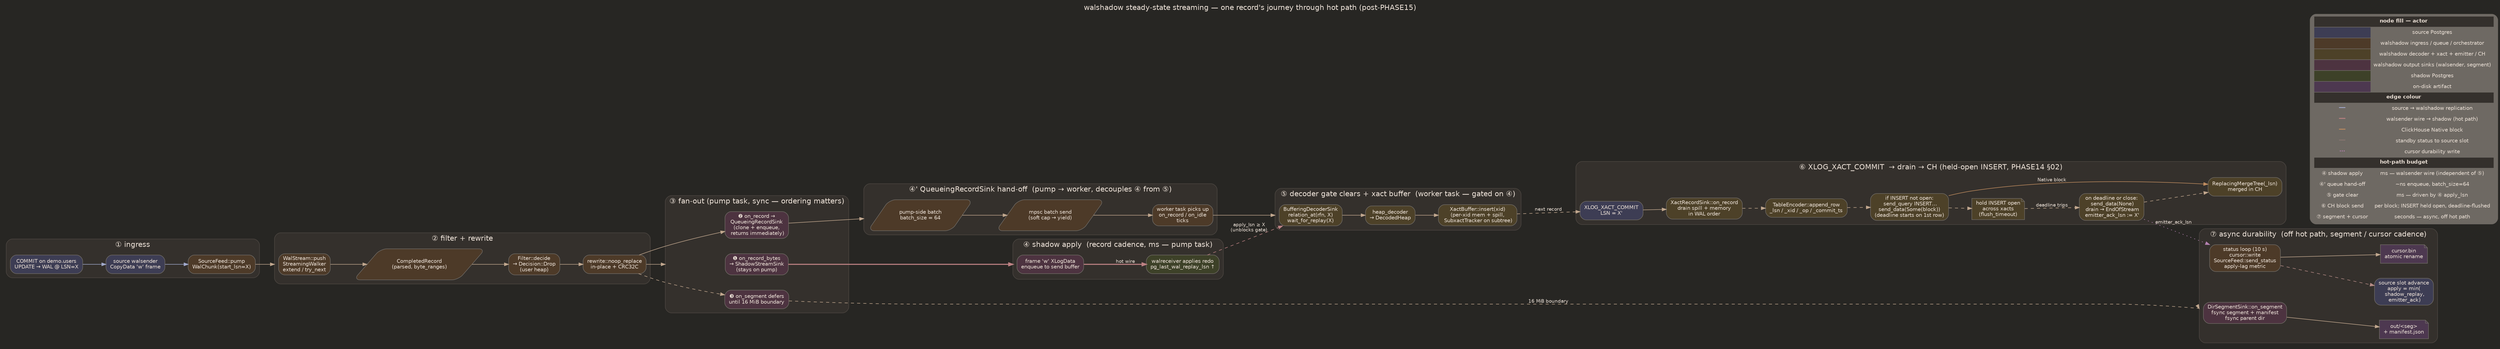
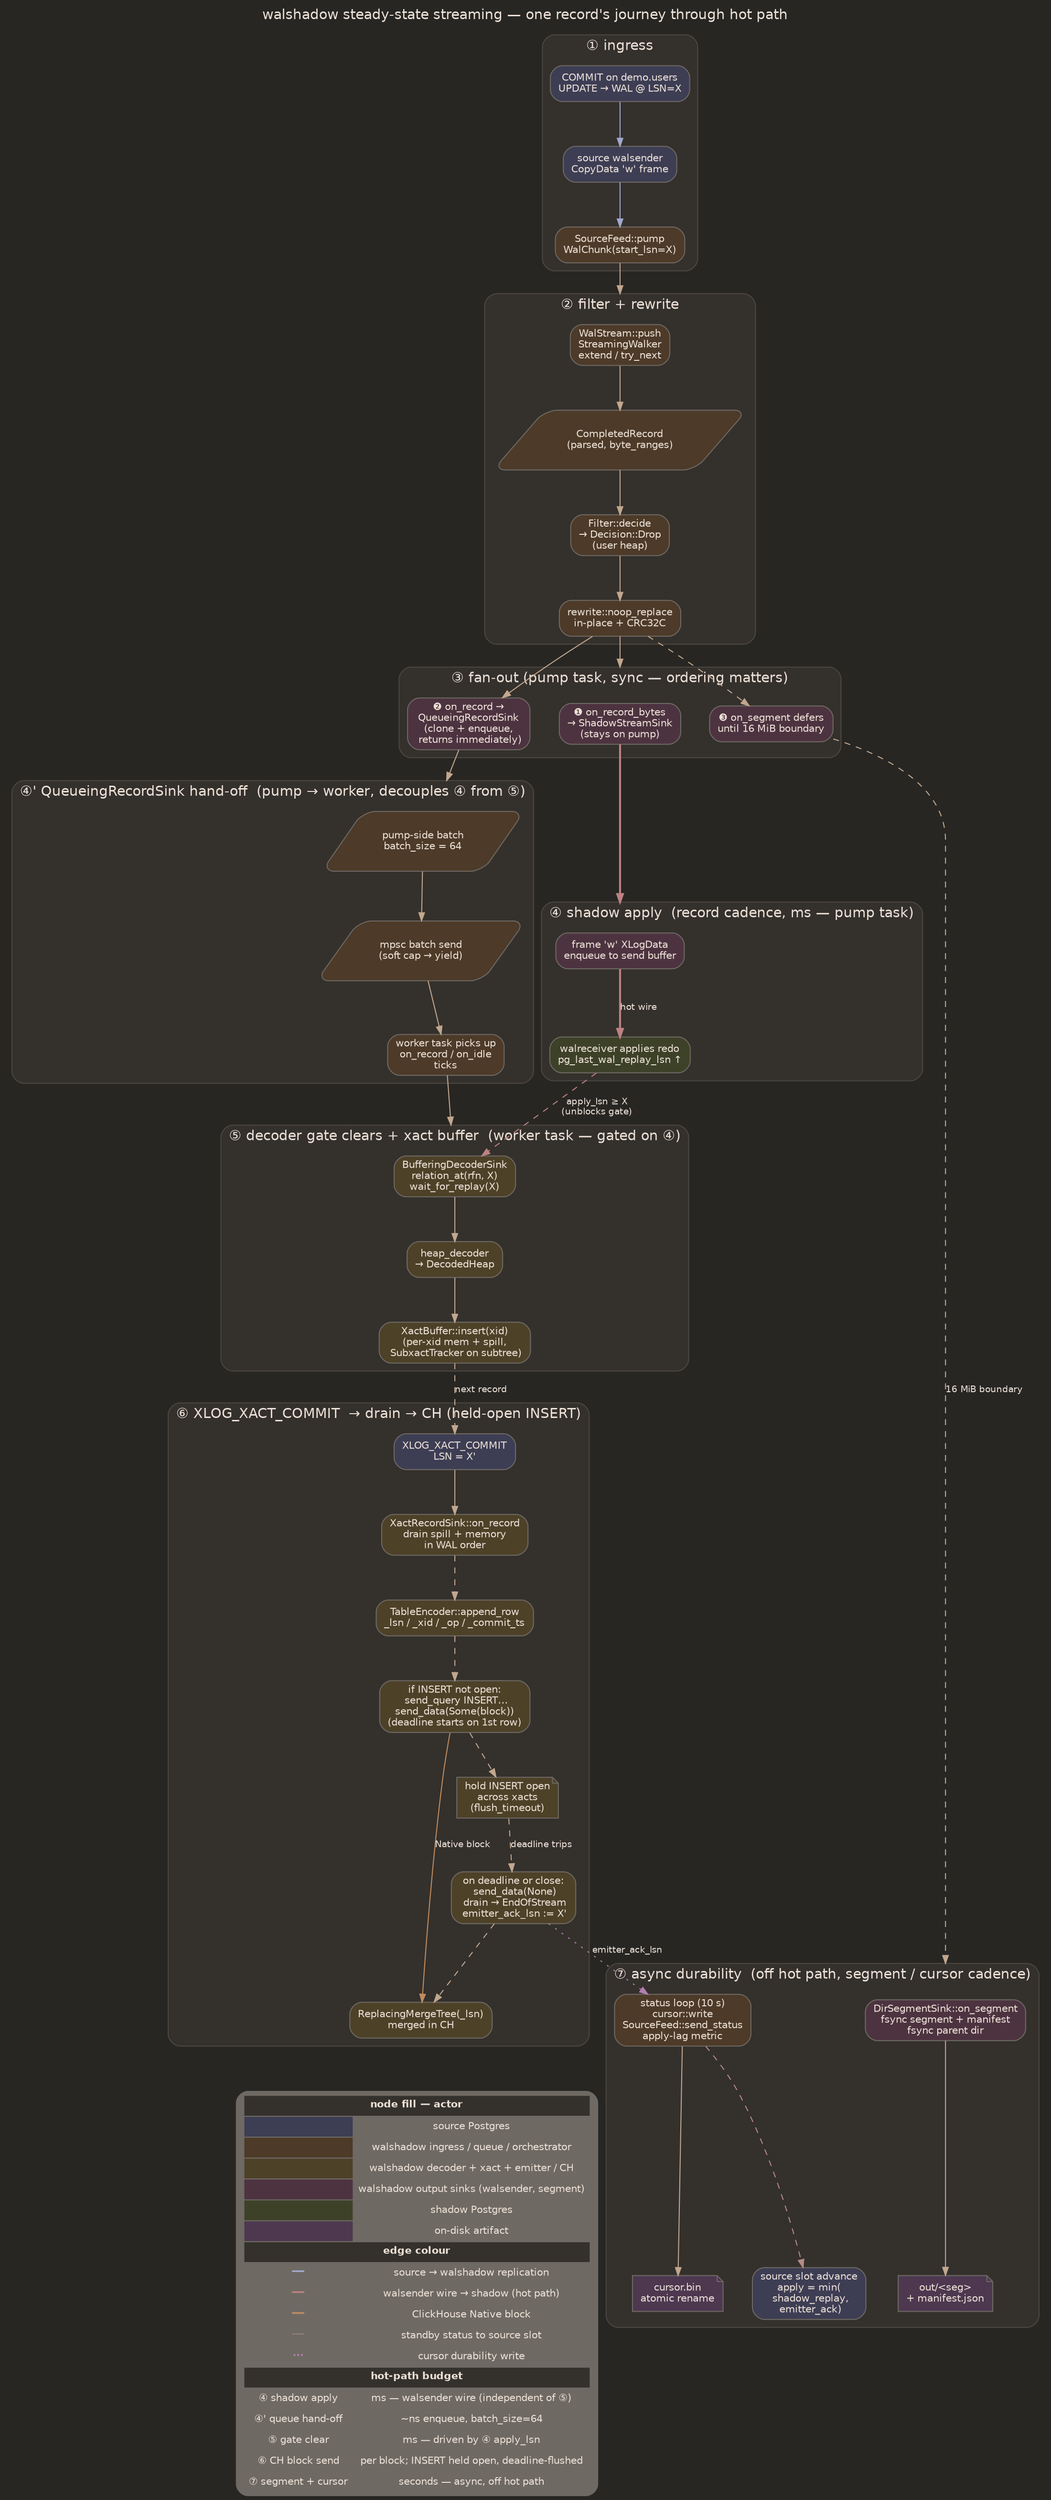
// walshadow — steady-state streaming: one record's journey
- // rankdir=LR — pipeline reads left → right with parallel branches
+ // rankdir=TB — pipeline reads top→bottom; was LR but ran 6× wider than tall
digraph timeline_streaming {
-   rankdir=LR;
+   rankdir=TB;
  compound=true;
-   graph [fontname="Helvetica", labelloc="t", label="walshadow steady-state streaming — one record's journey through hot path (post-PHASE15)", fontsize=14, splines=spline, nodesep=0.4, ranksep=0.6, bgcolor="#272623", fontcolor="#ECE1D7"];
+   graph [fontname="Helvetica", labelloc="t", label="walshadow steady-state streaming — one record's journey through hot path", fontsize=14, splines=spline, nodesep=0.4, ranksep=0.6, bgcolor="#272623", fontcolor="#ECE1D7"];
  node  [fontname="Helvetica", fontsize=10, shape=box, style="rounded,filled", color="#6E6963", fontcolor="#ECE1D7"];
  edge  [fontname="Helvetica", fontsize=9, arrowsize=0.8, color="#c1a78e", fontcolor="#ECE1D7"];

  // ═════ ① ingress ═════
  subgraph cluster_p1 {
    label="① ingress";
    style="rounded,filled"; color="#4c4641"; fillcolor="#34302c"; fontcolor="#ECE1D7";

    commit [label="COMMIT on demo.users\nUPDATE → WAL @ LSN=X", fillcolor="#3D3D54"];
    wsend  [label="source walsender\nCopyData 'w' frame", fillcolor="#3D3D54"];
    feed   [label="SourceFeed::pump\nWalChunk(start_lsn=X)", fillcolor="#4D3A28"];
    commit -> wsend -> feed [color="#A1A9CC"];
  }

  // ═════ ② filter + rewrite ═════
  subgraph cluster_p2 {
    label="② filter + rewrite";
    style="rounded,filled"; color="#4c4641"; fillcolor="#34302c"; fontcolor="#ECE1D7";

    push   [label="WalStream::push\nStreamingWalker\nextend / try_next", fillcolor="#4D3A28"];
    rec    [label="CompletedRecord\n(parsed, byte_ranges)", fillcolor="#4D3A28", shape=parallelogram];
    decide [label="Filter::decide\n→ Decision::Drop\n(user heap)", fillcolor="#4D3A28"];
    rewr   [label="rewrite::noop_replace\nin-place + CRC32C", fillcolor="#4D3A28"];
    push -> rec -> decide -> rewr;
  }
  feed -> push [lhead=cluster_p2];

  // ═════ ③ fan-out (pump task — synchronous dispatch in order) ═════
  subgraph cluster_p3 {
    label="③ fan-out (pump task, sync — ordering matters)";
    style="rounded,filled"; color="#4c4641"; fillcolor="#34302c"; fontcolor="#ECE1D7";

    fbytes [label="❶ on_record_bytes\n→ ShadowStreamSink\n(stays on pump)", fillcolor="#4D3340"];
    frec   [label="❷ on_record →\nQueueingRecordSink\n(clone + enqueue,\n returns immediately)", fillcolor="#4D3340"];
    fseg   [label="❸ on_segment defers\nuntil 16 MiB boundary", fillcolor="#4D3340"];
  }
  rewr -> fbytes [lhead=cluster_p3];
  rewr -> frec;
  rewr -> fseg [style=dashed];

  // ═════ ④ shadow apply (hot wire — independent of decoder) ═════
  subgraph cluster_p4 {
    label="④ shadow apply  (record cadence, ms — pump task)";
    style="rounded,filled"; color="#4c4641"; fillcolor="#34302c"; fontcolor="#ECE1D7";

    frame4 [label="frame 'w' XLogData\nenqueue to send buffer", fillcolor="#4D3340"];
    recv4  [label="walreceiver applies redo\npg_last_wal_replay_lsn ↑", fillcolor="#3D4128"];
    frame4 -> recv4 [label="hot wire", color="#BD8183", penwidth=2];
  }
  fbytes -> frame4 [lhead=cluster_p4, color="#BD8183", penwidth=2];

  // ═════ ④' QueueingRecordSink hand-off ═════
  subgraph cluster_pQ {
    label="④' QueueingRecordSink hand-off  (pump → worker, decouples ④ from ⑤)";
    style="rounded,filled"; color="#4c4641"; fillcolor="#34302c"; fontcolor="#ECE1D7";

    qbuf [label="pump-side batch\nbatch_size = 64", fillcolor="#4D3A28", shape=parallelogram];
    qchn [label="mpsc batch send\n(soft cap → yield)", fillcolor="#4D3A28", shape=parallelogram];
    qwrk [label="worker task picks up\non_record / on_idle\nticks", fillcolor="#4D3A28"];
    qbuf -> qchn -> qwrk;
  }
  frec -> qbuf [lhead=cluster_pQ];

  // ═════ ⑤ decoder gate + xact buffer (worker task) ═════
  subgraph cluster_p5 {
    label="⑤ decoder gate clears + xact buffer  (worker task — gated on ④)";
    style="rounded,filled"; color="#4c4641"; fillcolor="#34302c"; fontcolor="#ECE1D7";

    gate5 [label="BufferingDecoderSink\nrelation_at(rfn, X)\nwait_for_replay(X)", fillcolor="#4D4128"];
    dec5  [label="heap_decoder\n→ DecodedHeap", fillcolor="#4D4128"];
    buf5  [label="XactBuffer::insert(xid)\n(per-xid mem + spill,\n SubxactTracker on subtree)", fillcolor="#4D4128"];
    gate5 -> dec5 -> buf5;
  }
  qwrk -> gate5 [lhead=cluster_p5];
  recv4 -> gate5 [label="apply_lsn ≥ X\n(unblocks gate)", style=dashed, color="#BD8183"];

  // ═════ ⑥ commit drain → CH (held-open INSERT) ═════
  subgraph cluster_p6 {
-     label="⑥ XLOG_XACT_COMMIT  → drain → CH (held-open INSERT, PHASE14 §02)";
+     label="⑥ XLOG_XACT_COMMIT  → drain → CH (held-open INSERT)";
    style="rounded,filled"; color="#4c4641"; fillcolor="#34302c"; fontcolor="#ECE1D7";

    cmt6   [label="XLOG_XACT_COMMIT\nLSN = X'", fillcolor="#3D3D54"];
    drain6 [label="XactRecordSink::on_record\ndrain spill + memory\nin WAL order", fillcolor="#4D4128"];
    enc6   [label="TableEncoder::append_row\n_lsn / _xid / _op / _commit_ts", fillcolor="#4D4128"];
    sndp6  [label="if INSERT not open:\n send_query INSERT…\nsend_data(Some(block))\n(deadline starts on 1st row)", fillcolor="#4D4128"];
    hold6  [label="hold INSERT open\nacross xacts\n(flush_timeout)", fillcolor="#4D4128", shape=note];
    sndn6  [label="on deadline or close:\n send_data(None)\n drain → EndOfStream\n emitter_ack_lsn := X'", fillcolor="#4D4128"];
    ch6    [label="ReplacingMergeTree(_lsn)\nmerged in CH", fillcolor="#4D4128"];

    cmt6 -> drain6;
    drain6 -> enc6 -> sndp6 -> hold6 [style=dashed];
    hold6 -> sndn6 [style=dashed, label="deadline trips"];
    sndp6 -> ch6 [label="Native block", color="#BF8C5F"];
    sndn6 -> ch6 [style=dashed];
  }
  buf5 -> cmt6 [label="next record", style=dashed];

  // ═════ ⑦ async durability (off hot path) ═════
  subgraph cluster_p7 {
    label="⑦ async durability  (off hot path, segment / cursor cadence)";
    style="rounded,filled"; color="#4c4641"; fillcolor="#34302c"; fontcolor="#ECE1D7";

    seg7  [label="DirSegmentSink::on_segment\nfsync segment + manifest\nfsync parent dir", fillcolor="#4D3340"];
    out7  [label="out/<seg>\n+ manifest.json", fillcolor="#4D3850", shape=note];
    cur7  [label="status loop (10 s)\ncursor::write\nSourceFeed::send_status\napply-lag metric", fillcolor="#4D3A28"];
    curd7 [label="cursor.bin\natomic rename", fillcolor="#4D3850", shape=note];
    slot7 [label="source slot advance\napply = min(\n shadow_replay,\n emitter_ack)", fillcolor="#3D3D54"];

    seg7 -> out7;
    cur7 -> curd7;
    cur7 -> slot7 [color="#B58B86", style=dashed];
  }
  fseg -> seg7 [label="16 MiB boundary", style=dashed, lhead=cluster_p7];
  sndn6 -> cur7 [style=dotted, color="#b380b0", label="emitter_ack_lsn"];

  // ═════ Legend + budget table ═════
  legend [shape=plaintext, label=<
    <TABLE BORDER="0" CELLBORDER="1" CELLSPACING="0" CELLPADDING="4">
      <TR><TD COLSPAN="2" BGCOLOR="#34302c"><B>node fill — actor</B></TD></TR>
      <TR><TD BGCOLOR="#3D3D54" WIDTH="28"></TD><TD>source Postgres</TD></TR>
      <TR><TD BGCOLOR="#4D3A28"></TD><TD>walshadow ingress / queue / orchestrator</TD></TR>
      <TR><TD BGCOLOR="#4D4128"></TD><TD>walshadow decoder + xact + emitter / CH</TD></TR>
      <TR><TD BGCOLOR="#4D3340"></TD><TD>walshadow output sinks (walsender, segment)</TD></TR>
      <TR><TD BGCOLOR="#3D4128"></TD><TD>shadow Postgres</TD></TR>
      <TR><TD BGCOLOR="#4D3850"></TD><TD>on-disk artifact</TD></TR>
      <TR><TD COLSPAN="2" BGCOLOR="#34302c"><B>edge colour</B></TD></TR>
      <TR><TD><FONT COLOR="#A1A9CC"><B>━━</B></FONT></TD><TD>source → walshadow replication</TD></TR>
      <TR><TD><FONT COLOR="#BD8183"><B>━━</B></FONT></TD><TD>walsender wire → shadow (hot path)</TD></TR>
      <TR><TD><FONT COLOR="#BF8C5F"><B>━━</B></FONT></TD><TD>ClickHouse Native block</TD></TR>
      <TR><TD><FONT COLOR="#B58B86"><B>┄┄</B></FONT></TD><TD>standby status to source slot</TD></TR>
      <TR><TD><FONT COLOR="#b380b0"><B>···</B></FONT></TD><TD>cursor durability write</TD></TR>
      <TR><TD COLSPAN="2" BGCOLOR="#34302c"><B>hot-path budget</B></TD></TR>
      <TR><TD>④ shadow apply</TD><TD>ms — walsender wire (independent of ⑤)</TD></TR>
      <TR><TD>④' queue hand-off</TD><TD>~ns enqueue, batch_size=64</TD></TR>
      <TR><TD>⑤ gate clear</TD><TD>ms — driven by ④ apply_lsn</TD></TR>
      <TR><TD>⑥ CH block send</TD><TD>per block; INSERT held open, deadline-flushed</TD></TR>
      <TR><TD>⑦ segment + cursor</TD><TD>seconds — async, off hot path</TD></TR>
    </TABLE>
  >];
  ch6 -> legend [style=invis];
}
